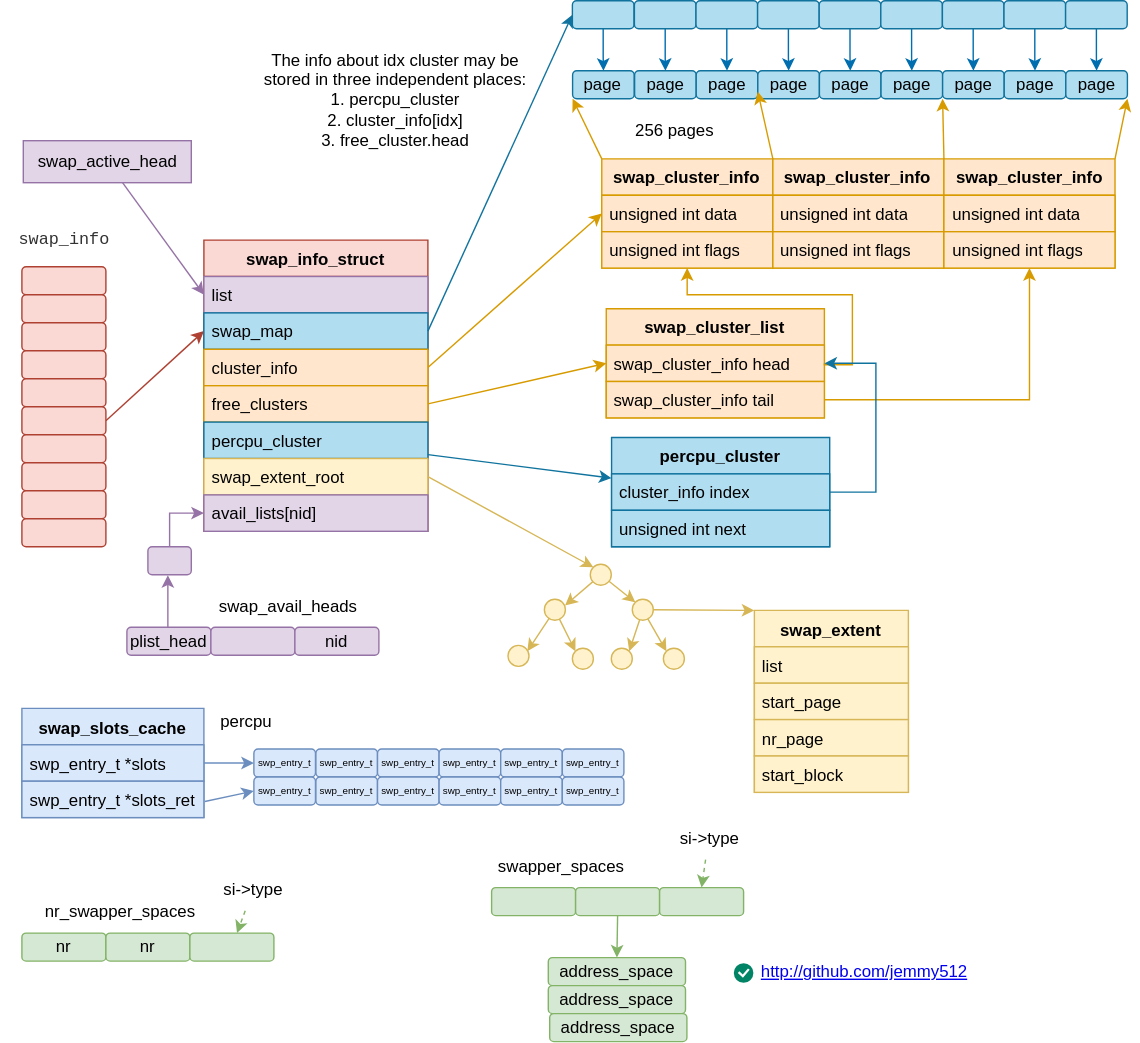
Above: images/kernel/mem-swap-arch.svg in jemmy512/book-notes (draw.io), before the change. Source tidied: cells renumbered, new cells last; positions are measured from the earlier drawing's top-left corner, leaving out a move shared by most shapes.
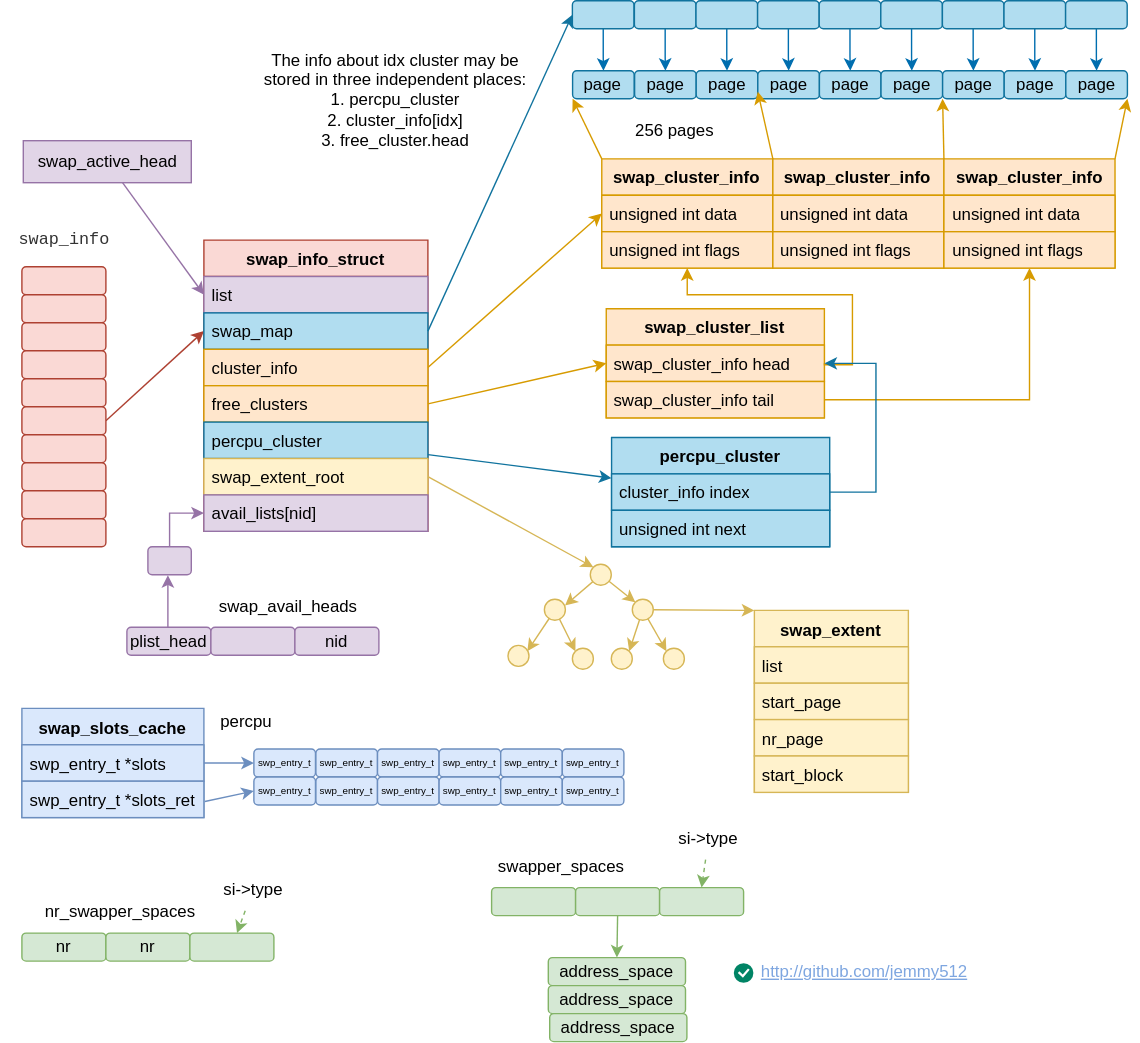
The same file after the commit.

The edit, as a diff of the source:
```diff
@@ -366,7 +366,7 @@
     <mxCell id="117" style="rounded=0;jettySize=auto;html=1;fillColor=#b1ddf0;strokeColor=#10739e;" parent="1" edge="1" source="18" target="114">
       <mxGeometry relative="1" as="geometry" />
     </mxCell>
-    <mxCell id="118" value="http://github.com/jemmy512" style="text;html=1;strokeColor=none;fillColor=none;whiteSpace=wrap;align=center;verticalAlign=middle;fontColor=#0000EE;fontStyle=4;" parent="1" vertex="1">
+    <mxCell id="118" value="http://github.com/jemmy512" style="text;html=1;strokeColor=none;fillColor=none;whiteSpace=wrap;align=center;verticalAlign=middle;fontColor=#7EA6E0;fontStyle=4;" parent="1" vertex="1">
       <mxGeometry x="531.5" y="683.5" width="170" height="20" as="geometry" />
     </mxCell>
     <mxCell id="119" style="html=1;shadow=0;dashed=0;shape=mxgraph.atlassian.checkbox;fillColor=#008465;strokeColor=none;html=1;sketch=0;" parent="1" vertex="1">
```
